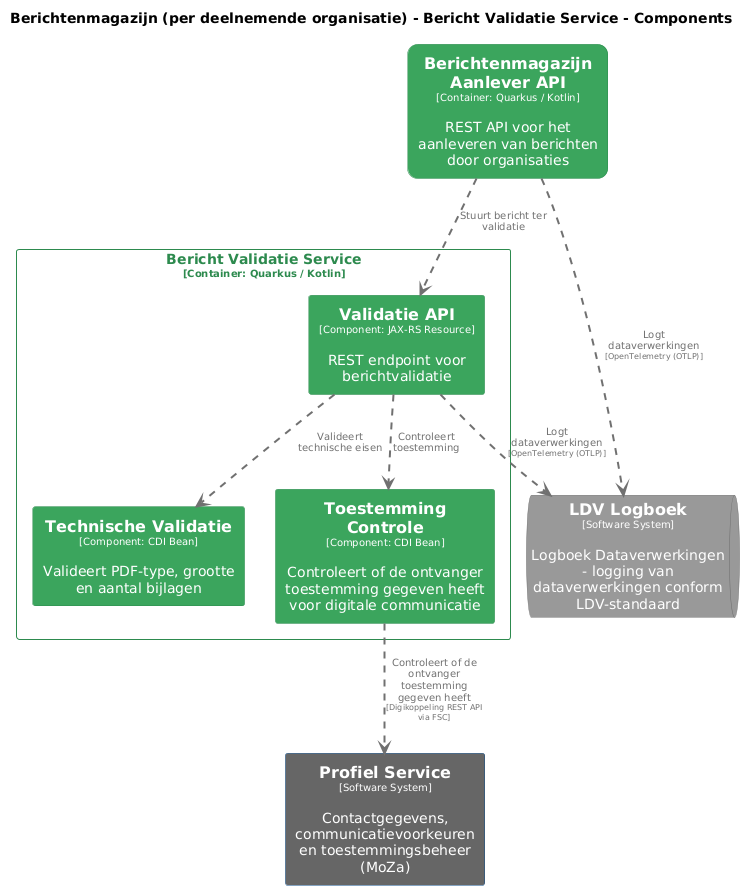
Earlier version of the PlantUML export pr-preview/pr-22/master/png/BerichtValidatieComponenten.png (MinBZK/moza-poc-fbs-berichtenbox).
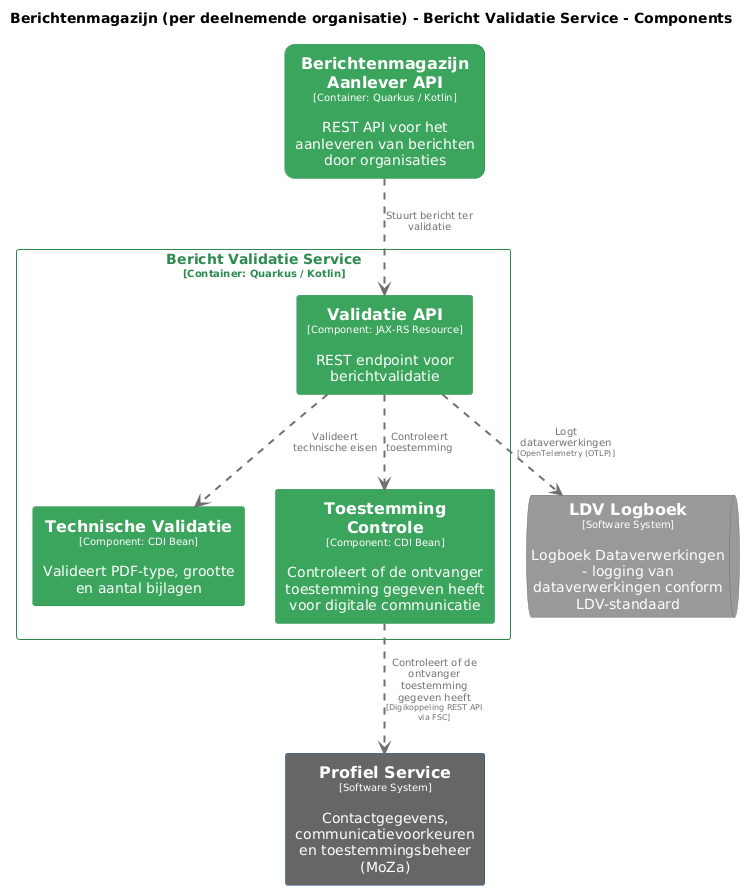
The same diagram one commit later.

The edit, as a diff of the source:
```diff
@@ -69,7 +69,6 @@
 }
 
 Berichtenmagazijnperdeelnemendeorganisatie.BerichtValidatieService.ToestemmingControle .[#707070,thickness=2].> ProfielService : "<color:#707070>Controleert of de ontvanger toestemming gegeven heeft\n<color:#707070><size:8>[Digikoppeling REST API via FSC]</size>"
-Berichtenmagazijnperdeelnemendeorganisatie.BerichtenmagazijnAanleverAPI .[#707070,thickness=2].> LDVLogboek : "<color:#707070>Logt dataverwerkingen\n<color:#707070><size:8>[OpenTelemetry (OTLP)]</size>"
 Berichtenmagazijnperdeelnemendeorganisatie.BerichtValidatieService.ValidatieAPI .[#707070,thickness=2].> LDVLogboek : "<color:#707070>Logt dataverwerkingen\n<color:#707070><size:8>[OpenTelemetry (OTLP)]</size>"
 Berichtenmagazijnperdeelnemendeorganisatie.BerichtValidatieService.ValidatieAPI .[#707070,thickness=2].> Berichtenmagazijnperdeelnemendeorganisatie.BerichtValidatieService.TechnischeValidatie : "<color:#707070>Valideert technische eisen"
 Berichtenmagazijnperdeelnemendeorganisatie.BerichtValidatieService.ValidatieAPI .[#707070,thickness=2].> Berichtenmagazijnperdeelnemendeorganisatie.BerichtValidatieService.ToestemmingControle : "<color:#707070>Controleert toestemming"
```
